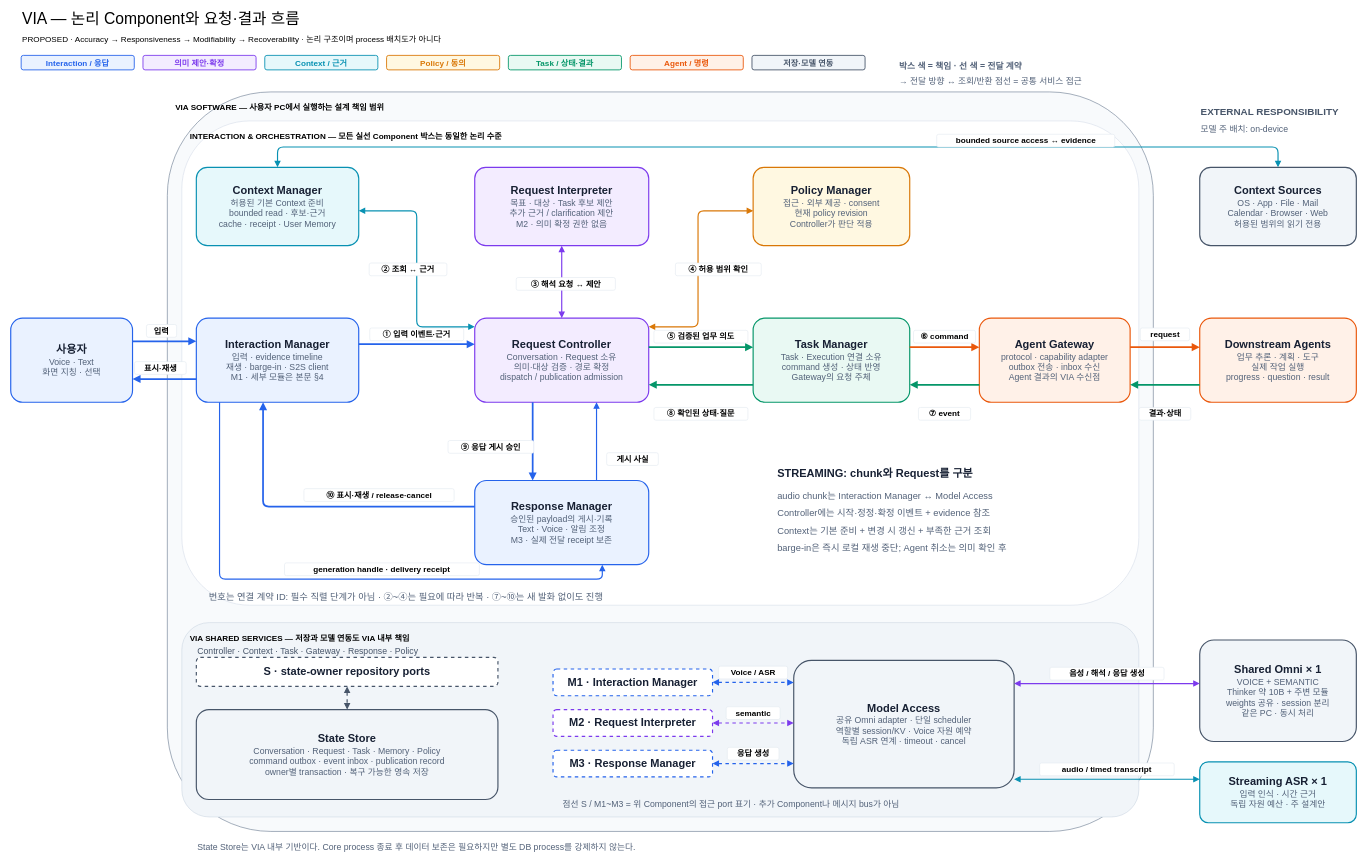
Above: docs/architecture/12-decisions/target-architecture/diagrams/01-system-overview.drawio in cbyche/via-sw-architecture (draw.io), before the change. Source tidied: cells renumbered, new cells numbered last; positions are measured from the earlier drawing's top-left corner, leaving out a move shared by most shapes. Both pictures are drawn from the tidied source at 58%, with x=0, y=0 at pixel (10, 10).
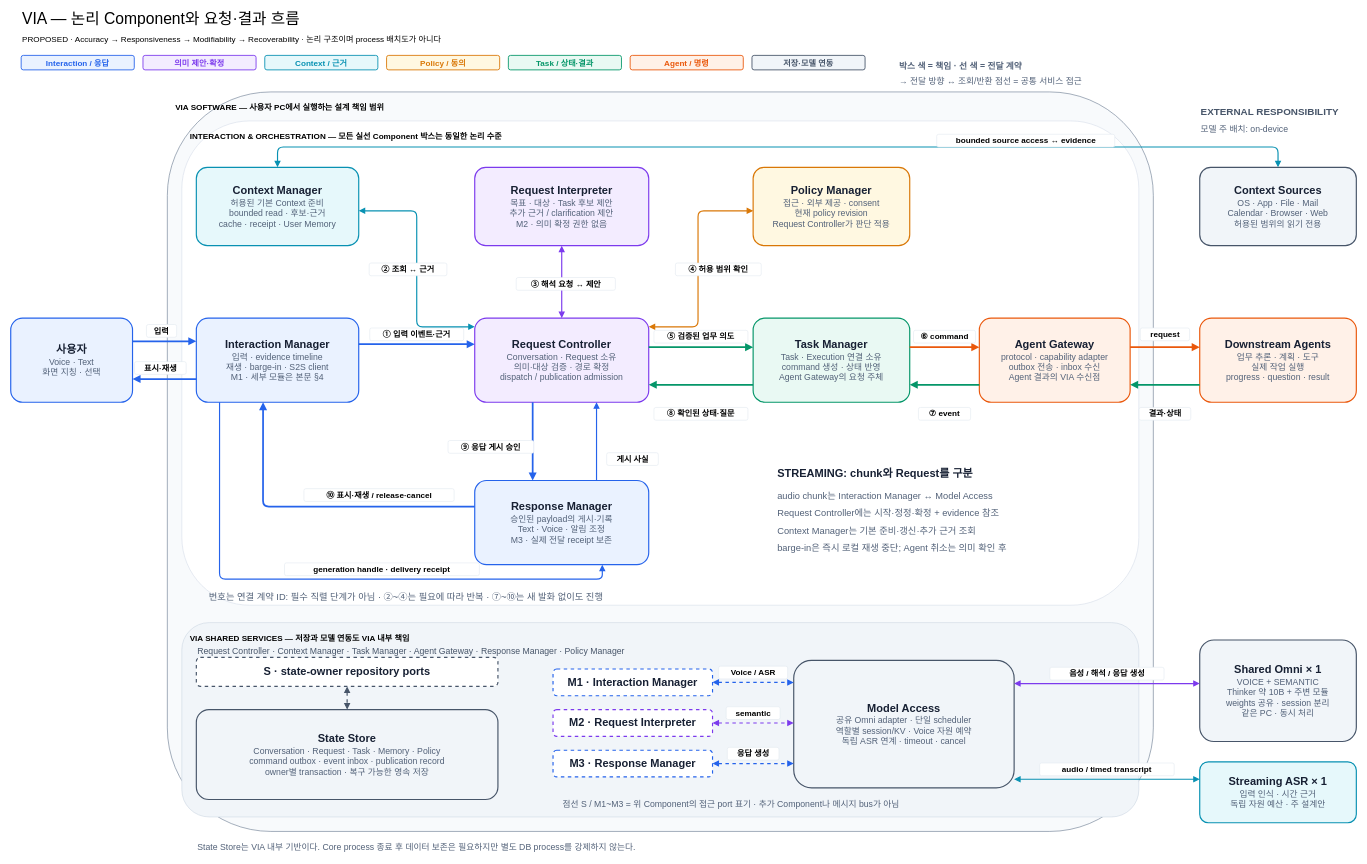
The same diagram, later.

Change to the diagram source:
```diff
@@
-    <mxCell id="8" value="&lt;div style='font-size:19px;font-weight:bold'&gt;Task Manager&lt;/div&gt;&lt;div style='font-size:15px;color:#526178'&gt;Task · Execution 연결 소유&lt;/div&gt;&lt;div style='font-size:15px;color:#526178'&gt;command 생성 · 상태 반영&lt;/div&gt;&lt;div style='font-size:15px;color:#526178'&gt;Gateway의 요청 주체&lt;/div&gt;" style="shape=rectangle;rounded=1;whiteSpace=wrap;html=1;fillColor=#E9F9F3;strokeColor=#059669;strokeWidth=2;fontColor=#172033;dashed=0;arcSize=14;spacing=10;" parent="1" vertex="1">
+    <mxCell id="8" value="&lt;div style='font-size:19px;font-weight:bold'&gt;Task Manager&lt;/div&gt;&lt;div style='font-size:15px;color:#526178'&gt;Task · Execution 연결 소유&lt;/div&gt;&lt;div style='font-size:15px;color:#526178'&gt;command 생성 · 상태 반영&lt;/div&gt;&lt;div style='font-size:15px;color:#526178'&gt;Agent Gateway의 요청 주체&lt;/div&gt;" style="shape=rectangle;rounded=1;whiteSpace=wrap;html=1;fillColor=#E9F9F3;strokeColor=#059669;strokeWidth=2;fontColor=#172033;dashed=0;arcSize=14;spacing=10;" parent="1" vertex="1">
       <mxGeometry x="1280" y="530" width="270" height="145" as="geometry" />
     </mxCell>
@@
-    <mxCell id="13" value="&lt;div style='font-size:19px;font-weight:bold'&gt;Policy Manager&lt;/div&gt;&lt;div style='font-size:15px;color:#526178'&gt;접근 · 외부 제공 · consent&lt;/div&gt;&lt;div style='font-size:15px;color:#526178'&gt;현재 policy revision&lt;/div&gt;&lt;div style='font-size:15px;color:#526178'&gt;Controller가 판단 적용&lt;/div&gt;" style="shape=rectangle;rounded=1;whiteSpace=wrap;html=1;fillColor=#FFF8E1;strokeColor=#D97706;strokeWidth=2;fontColor=#172033;dashed=0;arcSize=14;spacing=10;" parent="1" vertex="1">
+    <mxCell id="13" value="&lt;div style='font-size:19px;font-weight:bold'&gt;Policy Manager&lt;/div&gt;&lt;div style='font-size:15px;color:#526178'&gt;접근 · 외부 제공 · consent&lt;/div&gt;&lt;div style='font-size:15px;color:#526178'&gt;현재 policy revision&lt;/div&gt;&lt;div style='font-size:15px;color:#526178'&gt;Request Controller가 판단 적용&lt;/div&gt;" style="shape=rectangle;rounded=1;whiteSpace=wrap;html=1;fillColor=#FFF8E1;strokeColor=#D97706;strokeWidth=2;fontColor=#172033;dashed=0;arcSize=14;spacing=10;" parent="1" vertex="1">
       <mxGeometry x="1280" y="270" width="270" height="135" as="geometry" />
     </mxCell>
@@
-    <mxCell id="73" value="Controller에는 시작·정정·확정 이벤트 + evidence 참조" style="text;html=1;strokeColor=none;fillColor=none;align=left;fontSize=16;fontColor=#526178;fontStyle=0;" parent="1" vertex="1">
-      <mxGeometry x="1320" y="850" width="474" height="28" as="geometry" />
+    <mxCell id="73" value="Request Controller에는 시작·정정·확정 + evidence 참조" style="text;html=1;strokeColor=none;fillColor=none;align=left;fontSize=16;fontColor=#526178;fontStyle=0;" parent="1" vertex="1">
+      <mxGeometry x="1320" y="850" width="495" height="28" as="geometry" />
     </mxCell>
-    <mxCell id="74" value="Context는 기본 준비 + 변경 시 갱신 + 부족한 근거 조회" style="text;html=1;strokeColor=none;fillColor=none;align=left;fontSize=16;fontColor=#526178;fontStyle=0;" parent="1" vertex="1">
-      <mxGeometry x="1320" y="880" width="468" height="28" as="geometry" />
+    <mxCell id="74" value="Context Manager는 기본 준비·갱신·추가 근거 조회" style="text;html=1;strokeColor=none;fillColor=none;align=left;fontSize=16;fontColor=#526178;fontStyle=0;" parent="1" vertex="1">
+      <mxGeometry x="1320" y="880" width="424" height="28" as="geometry" />
     </mxCell>
@@
-    <mxCell id="77" value="Controller · Context · Task · Gateway · Response · Policy" style="text;html=1;strokeColor=none;fillColor=none;align=left;fontSize=15;fontColor=#475569;fontStyle=0;" parent="1" vertex="1">
-      <mxGeometry x="320" y="1088" width="538" height="27" as="geometry" />
+    <mxCell id="77" value="Request Controller · Context Manager · Task Manager · Agent Gateway · Response Manager · Policy Manager" style="text;html=1;strokeColor=none;fillColor=none;align=left;fontSize=15;fontColor=#475569;fontStyle=0;" parent="1" vertex="1">
+      <mxGeometry x="320" y="1088" width="966" height="27" as="geometry" />
     </mxCell>
```
